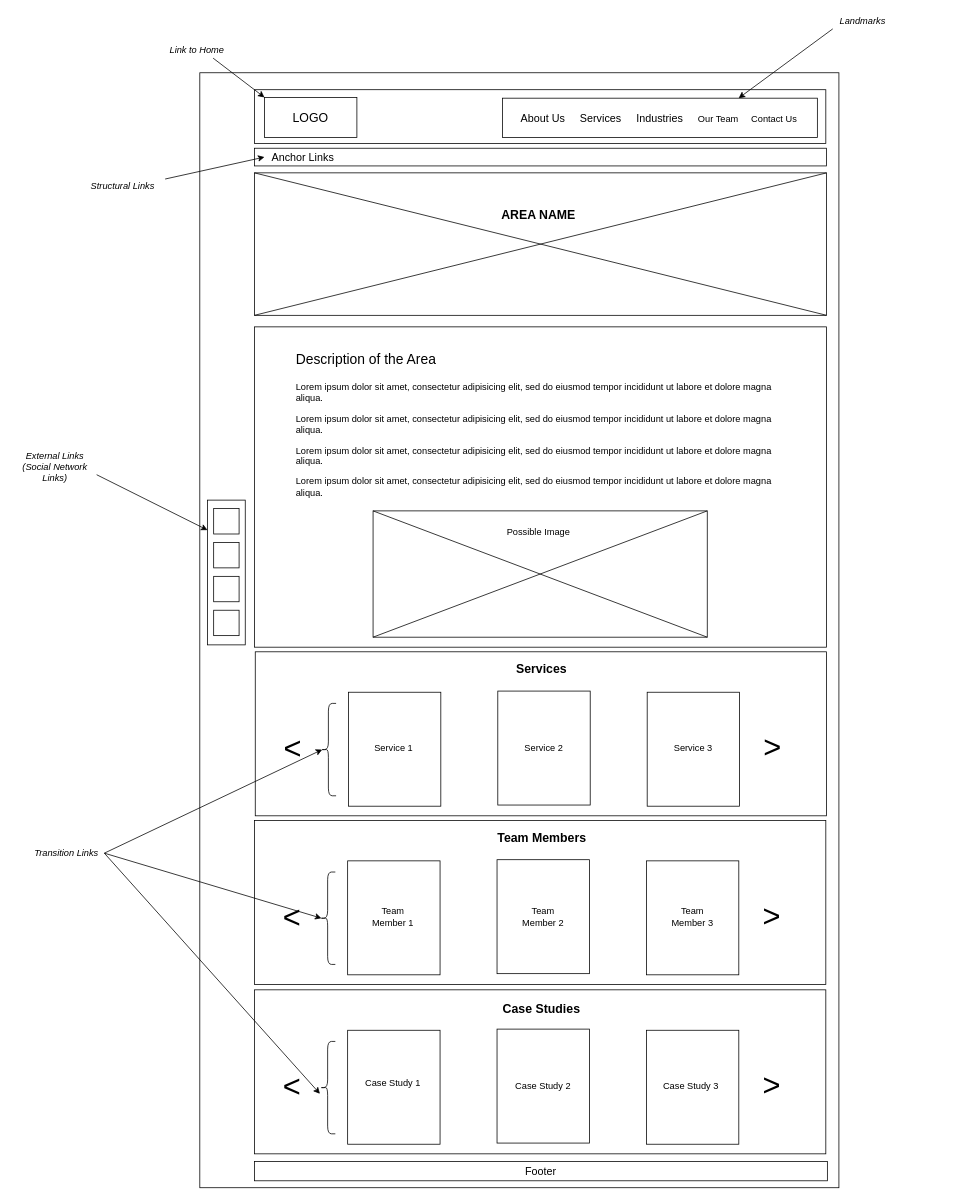
This is Design Documents/Frameworks/Areas.drawio from manzomanze/HypermediaApplicationsProject-Manzella-Messuti-Pelagatti-Pellizzer, a draw.io file, before an edit. Source tidied: cells renumbered, new cells numbered last; positions are measured from the earlier drawing's top-left corner, leaving out a move shared by most shapes. Both pictures are drawn from the tidied source at 77%, with x=0, y=0 at pixel (13, 13).
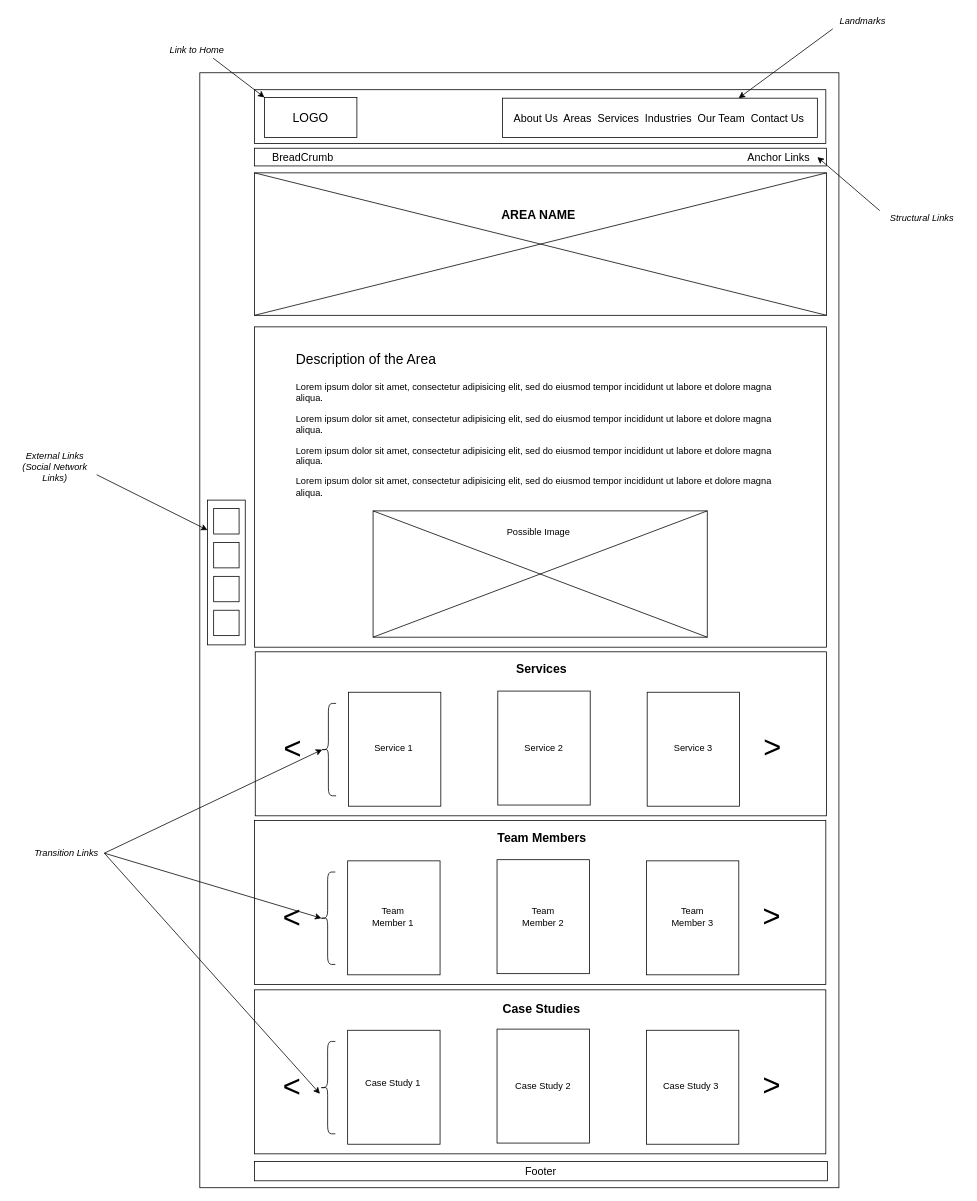
After the change.

Diff of the diagram source:
```diff
@@
-    <mxCell id="6" value="&lt;font style=&quot;font-size: 14px&quot;&gt;About Us&amp;nbsp;&amp;nbsp;&amp;nbsp;&amp;nbsp; Services&amp;nbsp;&amp;nbsp;&amp;nbsp;&amp;nbsp; Industries&amp;nbsp;&amp;nbsp;&amp;nbsp;&amp;nbsp; &lt;/font&gt;Our Team&amp;nbsp;&amp;nbsp;&amp;nbsp;&amp;nbsp; Contact Us" style="text;html=1;strokeColor=none;fillColor=none;align=left;verticalAlign=middle;whiteSpace=wrap;rounded=0;" parent="1" vertex="1">
-      <mxGeometry x="657" y="125.5" width="373" height="20" as="geometry" />
+    <mxCell id="6" value="&lt;font style=&quot;font-size: 14px&quot;&gt;About Us&amp;nbsp; Areas&amp;nbsp; Services&amp;nbsp; Industries&amp;nbsp; &lt;/font&gt;&lt;font style=&quot;font-size: 14px&quot;&gt;Our Team&amp;nbsp; Contact Us&lt;/font&gt;" style="text;html=1;strokeColor=none;fillColor=none;align=left;verticalAlign=middle;whiteSpace=wrap;rounded=0;" parent="1" vertex="1">
+      <mxGeometry x="648" y="125.5" width="382" height="20" as="geometry" />
     </mxCell>
@@
     <mxCell id="12" value="&lt;font style=&quot;font-size: 14px&quot;&gt;Anchor Links&lt;/font&gt;" style="text;html=1;strokeColor=none;fillColor=none;align=center;verticalAlign=middle;whiteSpace=wrap;rounded=0;" parent="1" vertex="1">
-      <mxGeometry x="326" y="178.5" width="100" height="16" as="geometry" />
+      <mxGeometry x="944" y="178.5" width="100" height="16" as="geometry" />
     </mxCell>
     <mxCell id="13" value="&lt;i&gt;Structural Links&lt;/i&gt;" style="text;html=1;strokeColor=none;fillColor=none;align=center;verticalAlign=middle;whiteSpace=wrap;rounded=0;" parent="1" vertex="1">
-      <mxGeometry x="87" y="215" width="110" height="20" as="geometry" />
+      <mxGeometry x="1125" y="256" width="110" height="20" as="geometry" />
     </mxCell>
-    <mxCell id="14" style="endArrow=classic;html=1;entryX=0;entryY=0.5;entryDx=0;entryDy=0;exitX=1;exitY=0;exitDx=0;exitDy=0;" parent="1" edge="1" source="13" target="12">
+    <mxCell id="14" style="endArrow=classic;html=1;entryX=1;entryY=0.5;entryDx=0;entryDy=0;exitX=0;exitY=0;exitDx=0;exitDy=0;" parent="1" edge="1" source="13" target="12">
       <mxGeometry relative="1" as="geometry" />
     </mxCell>
@@
+    <mxCell id="70" value="&lt;font style=&quot;font-size: 14px&quot;&gt;BreadCrumb&lt;/font&gt;" style="text;html=1;strokeColor=none;fillColor=none;align=center;verticalAlign=middle;whiteSpace=wrap;rounded=0;" parent="1" vertex="1">
+      <mxGeometry x="326" y="178.5" width="100" height="16" as="geometry" />
+    </mxCell>
```
